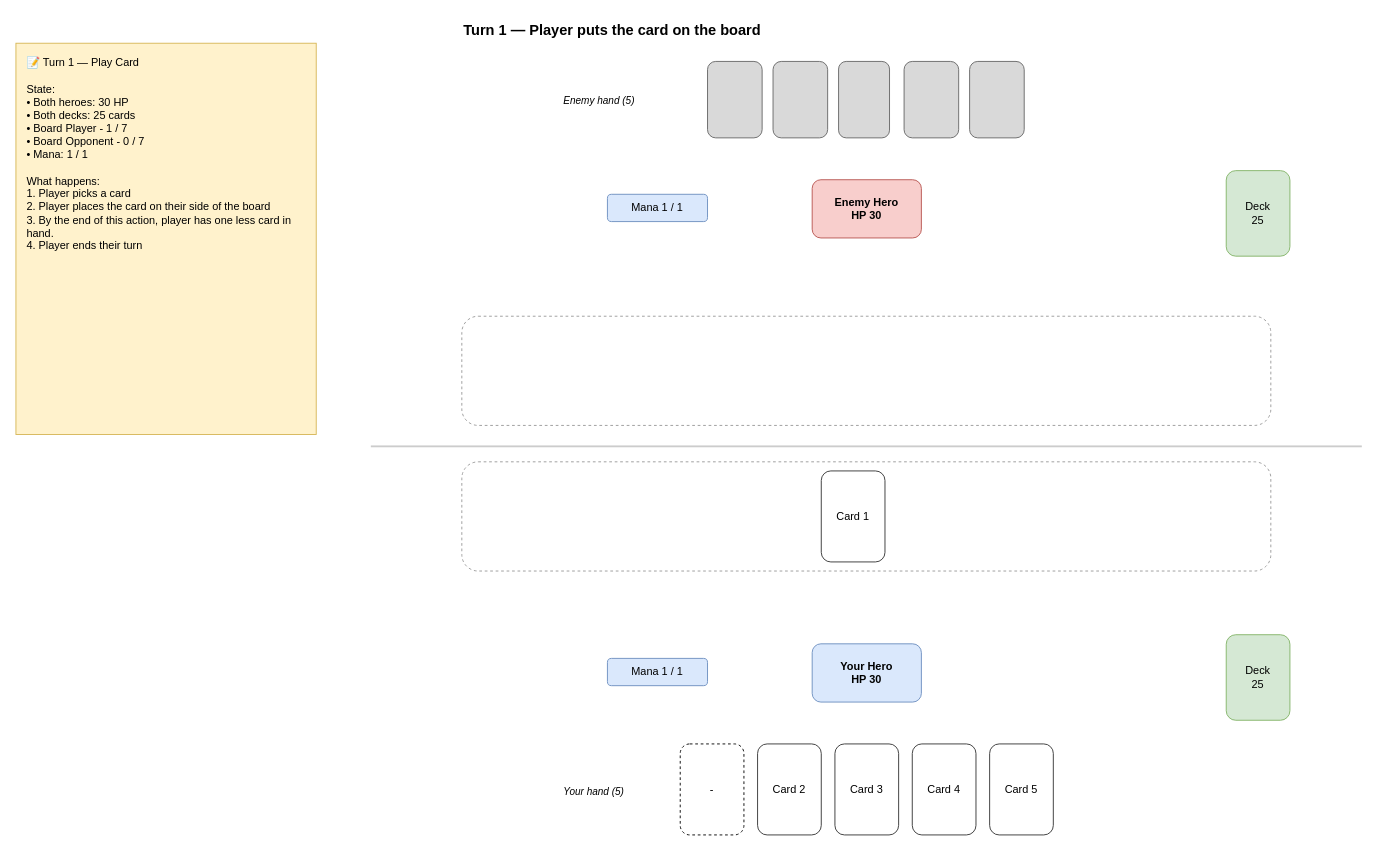
This is docs/gameplay-loop/frames/turn-1-first-move.drawio from vladyslavdobychin/Pantheon, a draw.io file, before an edit. Source tidied: cells renumbered, new cells numbered last; positions are measured from the earlier drawing's top-left corner, leaving out a move shared by most shapes. Both pictures are drawn from the tidied source at 91%, with x=0, y=0 at pixel (15, 15).
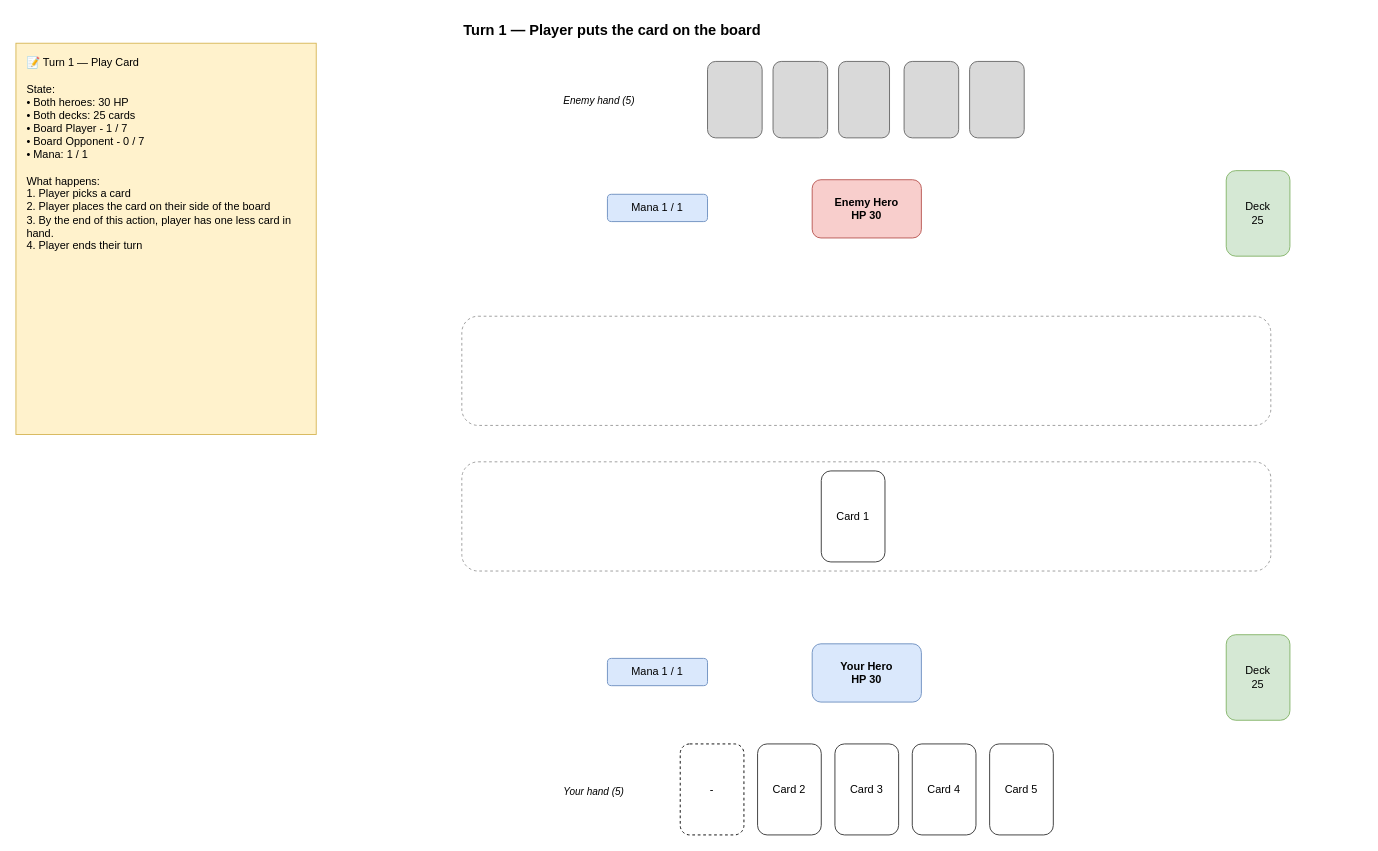
The same diagram, later.

The edit, as a diff of the source:
```diff
@@
-    <mxCell id="12" style="fillColor=#cccccc;strokeColor=none;" parent="1" vertex="1">
-      <mxGeometry x="390" y="472" width="1089" height="2" as="geometry" />
-    </mxCell>
```
